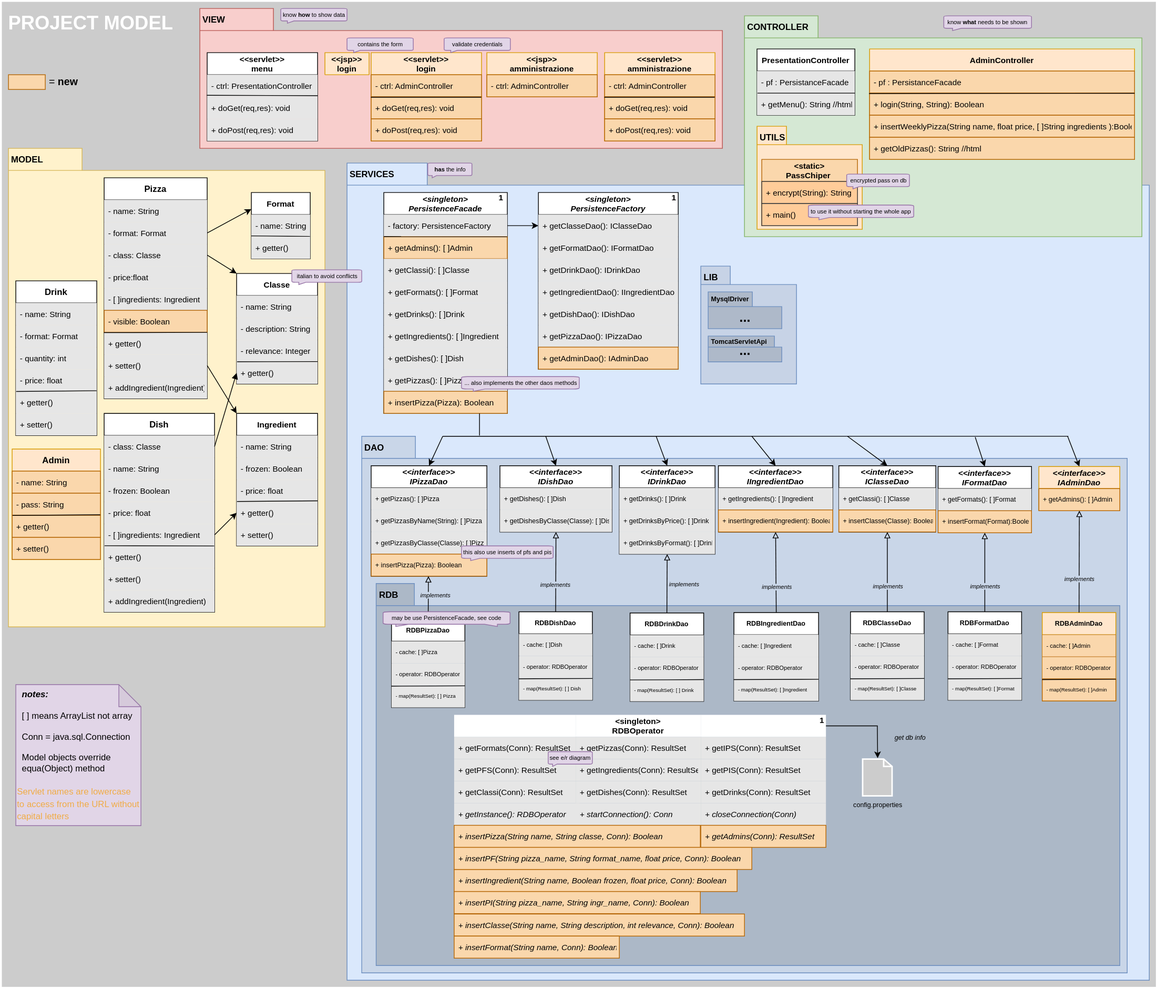
Earlier version of the draw.io export doc/assets/2projectModel.drawio.svg (omismone/strapizzami). Source tidied: cells renumbered, new cells last; positions are measured from the earlier drawing's top-left corner, leaving out a move shared by most shapes.
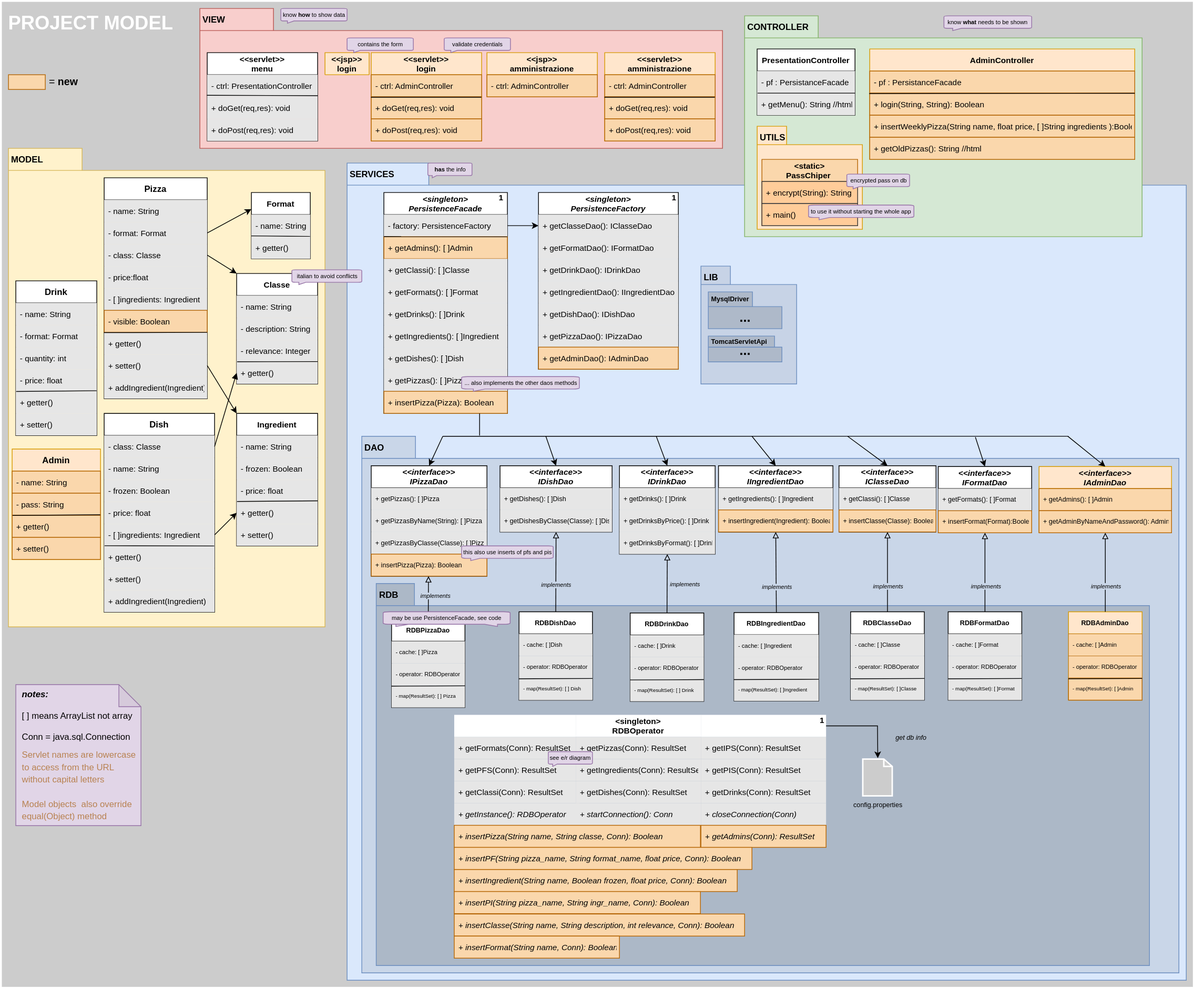
The same diagram one commit later.

The edit, as a diff of the source:
```diff
@@ -3,7 +3,7 @@
     <mxCell id="0" />
     <mxCell id="1" parent="0" />
     <mxCell id="2" value="PROJECT MODEL" style="rounded=0;whiteSpace=wrap;html=1;labelBackgroundColor=none;fontSize=26;strokeWidth=2;fillColor=#CCCCCC;strokeColor=#FFFFFF;verticalAlign=top;align=left;fontColor=#FFFFFF;fontStyle=1;spacingLeft=8;spacingTop=8;labelBorderColor=none;" parent="1" vertex="1">
-      <mxGeometry width="1570" height="1340" as="geometry" />
+      <mxGeometry width="1620" height="1340" as="geometry" />
     </mxCell>
     <mxCell id="3" value="MODEL" style="shape=folder;fontStyle=1;spacingTop=2;tabWidth=100;tabHeight=30;tabPosition=left;html=1;verticalAlign=top;align=left;horizontal=1;labelPosition=center;verticalLabelPosition=middle;fontSize=12;spacingLeft=2;fillColor=#fff2cc;strokeColor=#d6b656;" parent="1" vertex="1">
       <mxGeometry x="10" y="200" width="430" height="650" as="geometry" />
@@ -128,7 +128,7 @@
       <mxGeometry relative="1" as="geometry" />
     </mxCell>
     <mxCell id="43" value="SERVICES" style="shape=folder;fontStyle=1;spacingTop=2;tabWidth=100;tabHeight=30;tabPosition=left;html=1;verticalAlign=top;align=left;horizontal=1;labelPosition=center;verticalLabelPosition=middle;fontSize=12;spacingLeft=2;fillColor=#dae8fc;strokeColor=#6c8ebf;" parent="1" vertex="1">
-      <mxGeometry x="470" y="220" width="1090" height="1110" as="geometry" />
+      <mxGeometry x="470" y="220" width="1140" height="1110" as="geometry" />
     </mxCell>
     <mxCell id="44" value="&lt;singleton&gt;&#10;PersistenceFacade" style="swimlane;fontStyle=3;horizontal=1;startSize=30;fontSize=11;" parent="1" vertex="1">
       <mxGeometry x="520" y="260" width="167.8" height="300" as="geometry" />
@@ -164,7 +164,7 @@
       <mxGeometry relative="1" as="geometry" />
     </mxCell>
     <mxCell id="55" value="DAO" style="shape=folder;fontStyle=1;spacingTop=2;tabWidth=40;tabHeight=30;tabPosition=left;html=1;verticalAlign=top;align=left;horizontal=1;labelPosition=center;verticalLabelPosition=middle;fontSize=12;spacingLeft=2;fillColor=#C9D6E8;strokeColor=#6c8ebf;" parent="1" vertex="1">
-      <mxGeometry x="490" y="591.1" width="1040" height="728.9" as="geometry" />
+      <mxGeometry x="490" y="591.1" width="1110" height="728.9" as="geometry" />
     </mxCell>
     <mxCell id="56" value="&lt;&lt;interface&gt;&gt;&#10;IPizzaDao" style="swimlane;fontStyle=3;horizontal=1;startSize=30;fontSize=11;" parent="1" vertex="1">
       <mxGeometry x="502.8" y="631.1" width="157.2" height="150" as="geometry" />
@@ -182,7 +182,7 @@
       <mxGeometry y="120" width="157.2" height="30" as="geometry" />
     </mxCell>
     <mxCell id="61" value="RDB" style="shape=folder;fontStyle=1;spacingTop=2;tabWidth=50;tabHeight=30;tabPosition=left;html=1;verticalAlign=top;align=left;horizontal=1;labelPosition=center;verticalLabelPosition=middle;fontSize=12;spacingLeft=2;fillColor=#ACB8C7;strokeColor=#6c8ebf;" parent="1" vertex="1">
-      <mxGeometry x="509.6" y="791.1" width="1010.4" height="518.9" as="geometry" />
+      <mxGeometry x="509.6" y="791.1" width="1050.4" height="518.9" as="geometry" />
     </mxCell>
     <mxCell id="62" value="RDBPizzaDao" style="swimlane;fontStyle=1;horizontal=1;startSize=30;fontSize=9;" parent="1" vertex="1">
       <mxGeometry x="530.4" y="839.5" width="99.7" height="120" as="geometry" />
@@ -448,7 +448,7 @@
     <mxCell id="147" value="italian to avoid conflicts" style="html=1;verticalLabelPosition=middle;align=center;labelBackgroundColor=none;verticalAlign=middle;strokeWidth=1;strokeColor=#9673a6;shadow=0;dashed=0;shape=mxgraph.ios7.icons.message;labelBorderColor=none;fontSize=8;direction=east;flipH=1;labelPosition=center;spacingTop=-3;fillColor=#e1d5e7;" parent="1" vertex="1">
       <mxGeometry x="395" y="365" width="95" height="20" as="geometry" />
     </mxCell>
-    <mxCell id="148" value="&lt;i&gt;&lt;b&gt;&amp;nbsp; notes:&lt;/b&gt;&lt;br&gt;&lt;/i&gt;&lt;br&gt;&amp;nbsp; [ ] means ArrayList not array&lt;br&gt;&lt;br&gt;&amp;nbsp; Conn = java.sql.Connection&lt;br&gt;&amp;nbsp;&amp;nbsp;&lt;br&gt;&amp;nbsp; Model objects override&amp;nbsp; &amp;nbsp; &amp;nbsp; &amp;nbsp; &amp;nbsp; &amp;nbsp; &amp;nbsp; equa(Object) method&lt;br&gt;" style="shape=note;whiteSpace=wrap;html=1;backgroundOutline=1;darkOpacity=0.05;fillColor=#e1d5e7;strokeColor=#9673a6;align=left;verticalAlign=top;" parent="1" vertex="1">
+    <mxCell id="148" value="&lt;i&gt;&lt;b&gt;&amp;nbsp; notes:&lt;/b&gt;&lt;br&gt;&lt;/i&gt;&lt;br&gt;&amp;nbsp; [ ] means ArrayList not array&lt;br&gt;&lt;br&gt;&amp;nbsp; Conn = java.sql.Connection" style="shape=note;whiteSpace=wrap;html=1;backgroundOutline=1;darkOpacity=0.05;fillColor=#e1d5e7;strokeColor=#9673a6;align=left;verticalAlign=top;" parent="1" vertex="1">
       <mxGeometry x="20" y="928.4" width="170" height="191.6" as="geometry" />
     </mxCell>
     <mxCell id="149" style="endArrow=block;html=1;rounded=0;labelBackgroundColor=none;fontSize=8;fontColor=default;strokeColor=default;exitX=0.5;exitY=0;exitDx=0;exitDy=0;endFill=0;entryX=0.5;entryY=1;entryDx=0;entryDy=0;" parent="1" edge="1" source="109" target="106">
@@ -691,8 +691,8 @@
     <mxCell id="218" style="endArrow=none;html=1;rounded=0;fontSize=14;entryX=1;entryY=1.008;entryDx=0;entryDy=0;entryPerimeter=0;exitX=-0.002;exitY=1.019;exitDx=0;exitDy=0;exitPerimeter=0;" parent="213" edge="1" source="214" target="214">
       <mxGeometry relative="1" as="geometry" />
     </mxCell>
-    <mxCell id="219" value="&lt;span style=&quot;font-size: 12px;&quot;&gt;Servlet names are lowercase to access from the URL without capital letters&lt;/span&gt;" style="text;html=1;strokeColor=none;fillColor=none;align=left;verticalAlign=middle;whiteSpace=wrap;rounded=0;fontSize=14;fontColor=#F0AC46;labelBorderColor=none;labelBackgroundColor=none;" parent="1" vertex="1">
-      <mxGeometry x="20" y="1059.5" width="170" height="60" as="geometry" />
+    <mxCell id="219" value="&lt;font color=&quot;#b88251&quot;&gt;&lt;span style=&quot;font-size: 12px;&quot;&gt;&amp;nbsp; Servlet names are lowercase&amp;nbsp; &amp;nbsp; to access from the URL&amp;nbsp; &amp;nbsp; &amp;nbsp; &amp;nbsp; &amp;nbsp; &amp;nbsp; without capital letters&lt;br&gt;&lt;/span&gt;&lt;br style=&quot;font-size: 12px;&quot;&gt;&lt;span style=&quot;font-size: 12px;&quot;&gt;&amp;nbsp; Model objects&amp;nbsp; also override&amp;nbsp; &amp;nbsp; &amp;nbsp; equal(Object) method&lt;/span&gt;&lt;/font&gt;&lt;span style=&quot;font-size: 12px;&quot;&gt;&lt;br&gt;&lt;/span&gt;" style="text;html=1;strokeColor=none;fillColor=none;align=left;verticalAlign=middle;whiteSpace=wrap;rounded=0;fontSize=14;fontColor=#F0AC46;labelBorderColor=none;labelBackgroundColor=none;" parent="1" vertex="1">
+      <mxGeometry x="20" y="1009.5" width="170" height="110" as="geometry" />
     </mxCell>
     <mxCell id="220" value="&lt;&lt;servlet&gt;&gt;&#10;amministrazione" style="swimlane;fontStyle=1;horizontal=1;startSize=30;fontSize=11;fillColor=#ffe6cc;strokeColor=#d79b00;" parent="1" vertex="1">
       <mxGeometry x="820" y="70" width="150" height="120" as="geometry" />
@@ -710,13 +710,16 @@
       <mxGeometry relative="1" as="geometry" />
     </mxCell>
     <mxCell id="225" value="&lt;&lt;interface&gt;&gt;&#10;IAdminDao" style="swimlane;fontStyle=3;horizontal=1;startSize=30;fontSize=11;fillColor=#ffe6cc;strokeColor=#d79b00;" parent="1" vertex="1">
-      <mxGeometry x="1410" y="632.2" width="110" height="60" as="geometry" />
+      <mxGeometry x="1410" y="632.2" width="180" height="90" as="geometry" />
     </mxCell>
     <mxCell id="226" value="+ getAdmins(): [ ]Admin" style="text;strokeColor=#b46504;fillColor=#fad7ac;align=left;verticalAlign=middle;spacingLeft=4;spacingRight=4;overflow=hidden;fontSize=9;" parent="225" vertex="1">
-      <mxGeometry y="30" width="110" height="30" as="geometry" />
+      <mxGeometry y="30" width="180" height="30" as="geometry" />
     </mxCell>
+    <mxCell id="249" value="+ getAdminByNameAndPassword(): Admin" style="text;strokeColor=#b46504;fillColor=#fad7ac;align=left;verticalAlign=middle;spacingLeft=4;spacingRight=4;overflow=hidden;fontSize=9;" parent="225" vertex="1">
+      <mxGeometry y="60" width="180" height="30" as="geometry" />
+    </mxCell>
     <mxCell id="227" value="RDBAdminDao" style="swimlane;fontStyle=1;horizontal=1;startSize=30;fontSize=9;fillColor=#ffe6cc;strokeColor=#d79b00;" parent="1" vertex="1">
-      <mxGeometry x="1414.6" y="830.6" width="100" height="120" as="geometry" />
+      <mxGeometry x="1450" y="829.5" width="100" height="120" as="geometry" />
     </mxCell>
     <mxCell id="228" value="- cache: [ ]Admin" style="text;align=left;verticalAlign=middle;spacingLeft=4;spacingRight=4;overflow=hidden;fontSize=8;fontStyle=0;labelBorderColor=none;perimeterSpacing=0;strokeWidth=0.5;fillColor=#fad7ac;strokeColor=#b46504;" parent="227" vertex="1">
       <mxGeometry y="30" width="100" height="30" as="geometry" />
```
